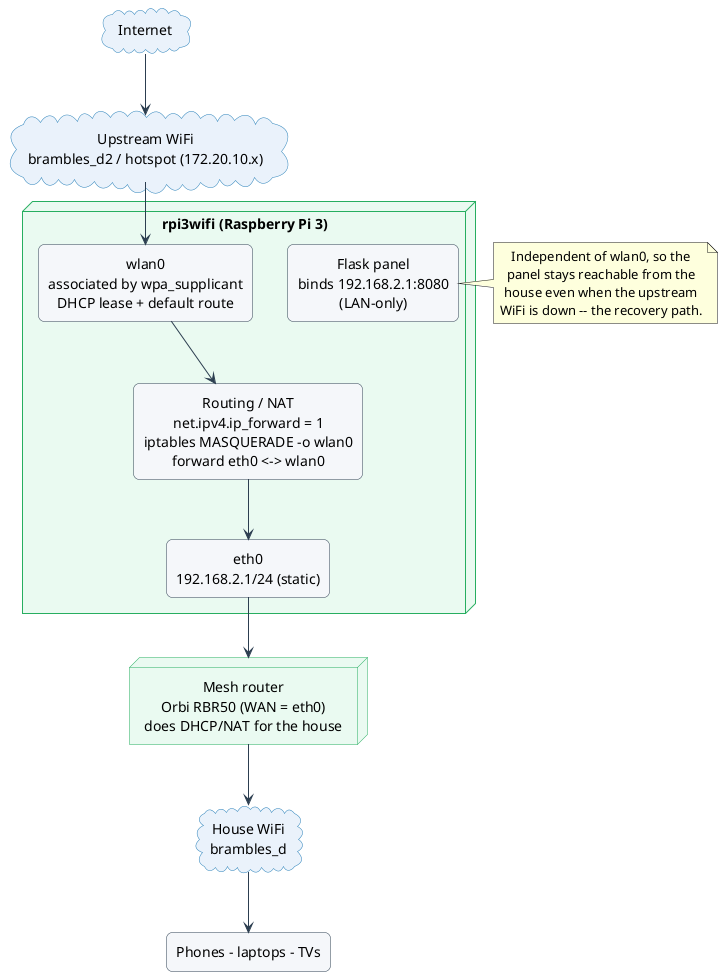
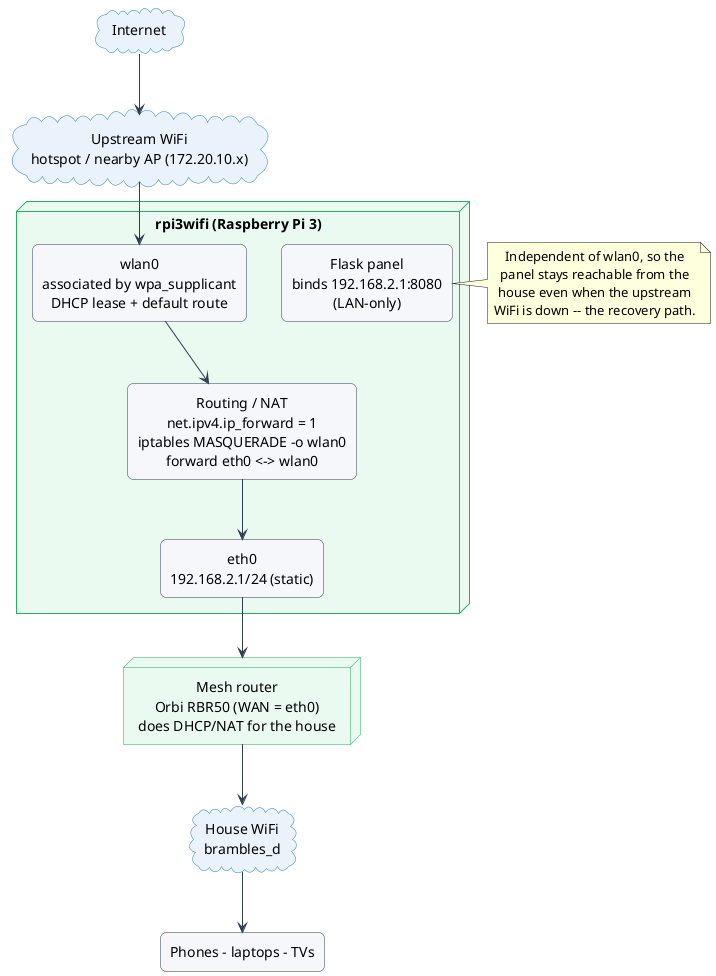
@startuml
' Source of truth for the ARCHITECTURE.md routed-NAT-bridge diagram.
' Render: curl -sS -X POST -H "Content-Type: text/plain" \
'   --data-binary @architecture-topology.puml https://kroki.io/plantuml/png -o architecture-topology.png
skinparam backgroundColor transparent
skinparam shadowing false
skinparam defaultTextAlignment center
skinparam ArrowColor #2c3e50
skinparam rectangle {
  RoundCorner 12
  BorderColor #2c3e50
  BackgroundColor #f5f7fa
}
skinparam cloud {
  BorderColor #2980b9
  BackgroundColor #eaf2fb
}
skinparam node {
  BorderColor #27ae60
  BackgroundColor #eafaf1
}

cloud "Internet" as inet
- cloud "Upstream WiFi\nbrambles_d2 / hotspot (172.20.10.x)" as up
+ cloud "Upstream WiFi\nhotspot / nearby AP (172.20.10.x)" as up

node "rpi3wifi (Raspberry Pi 3)" as pi {
  rectangle "wlan0\nassociated by wpa_supplicant\nDHCP lease + default route" as wlan0
  rectangle "Routing / NAT\nnet.ipv4.ip_forward = 1\niptables MASQUERADE -o wlan0\nforward eth0 <-> wlan0" as nat
  rectangle "Flask panel\nbinds 192.168.2.1:8080\n(LAN-only)" as panel
  rectangle "eth0\n192.168.2.1/24 (static)" as eth0
}

node "Mesh router\nOrbi RBR50 (WAN = eth0)\ndoes DHCP/NAT for the house" as orbi
cloud "House WiFi\nbrambles_d" as house
rectangle "Phones - laptops - TVs" as devices

inet --> up
up --> wlan0
wlan0 --> nat
nat --> eth0
panel -[hidden]- nat
eth0 --> orbi
orbi --> house
house --> devices

note right of panel
  Independent of wlan0, so the
  panel stays reachable from the
  house even when the upstream
  WiFi is down -- the recovery path.
end note
@enduml
